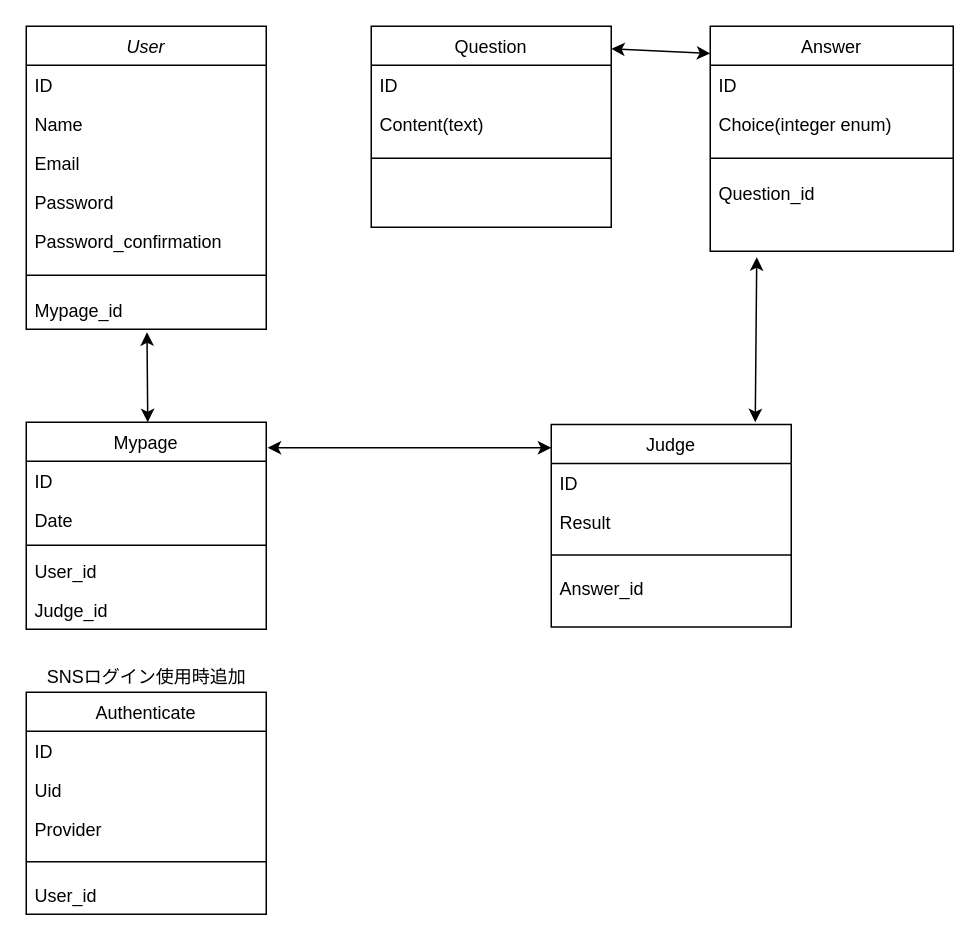
Above: ER図.drawio in kyohei-917/meat_head (draw.io), before the change. Source tidied: cells renumbered, new cells numbered last; positions are measured from the earlier drawing's top-left corner, leaving out a move shared by most shapes. Both pictures are drawn from the tidied source at 150%, with x=0, y=0 at pixel (26, 26).
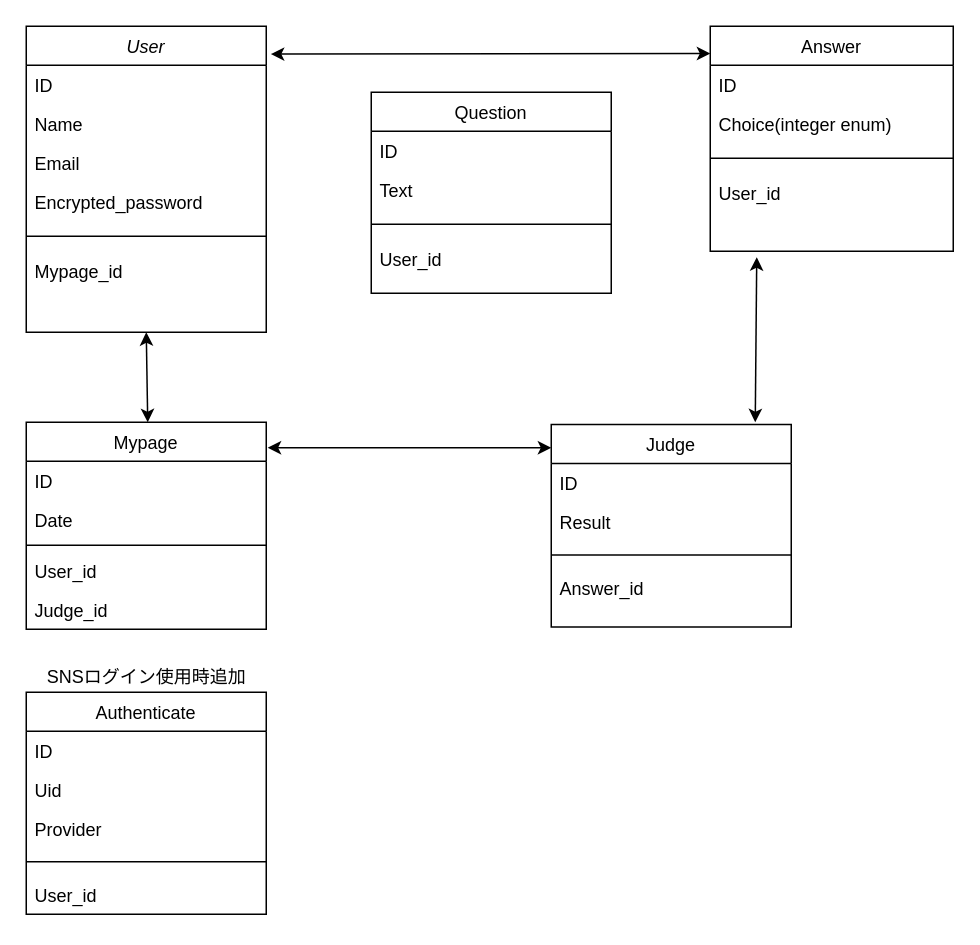
Above is the later version.

The change refers to these unchanged cells:
```xml
<mxCell id="25" value="Answer" style="swimlane;fontStyle=0;align=center;verticalAlign=top;horizontal=1;startSize=26;rounded=0;shadow=0;strokeWidth=1;" parent="1" vertex="1">
  <mxGeometry x="456" width="162" height="150" as="geometry" />
</mxCell>
```

What changed in the source:
```diff
@@
     <mxCell id="2" value="User" style="swimlane;fontStyle=2;align=center;verticalAlign=top;horizontal=1;startSize=26;rounded=0;shadow=0;strokeWidth=1;" parent="1" vertex="1">
-      <mxGeometry width="160" height="202" as="geometry" />
+      <mxGeometry width="160" height="204" as="geometry" />
     </mxCell>
@@
-    <mxCell id="4" value="Name" style="text;align=left;verticalAlign=top;spacingLeft=4;spacingRight=4;overflow=hidden;rounded=0;shadow=0;html=0;" parent="2" vertex="1">
-      <mxGeometry y="52" width="160" height="26" as="geometry" />
-    </mxCell>
+    <mxCell id="6" value="Name" style="text;align=left;verticalAlign=top;spacingLeft=4;spacingRight=4;overflow=hidden;rounded=0;shadow=0;html=0;" parent="2" vertex="1">
+      <mxGeometry y="52" width="160" height="26" as="geometry" />
+    </mxCell>
@@
-    <mxCell id="6" value="Password" style="text;align=left;verticalAlign=top;spacingLeft=4;spacingRight=4;overflow=hidden;rounded=0;shadow=0;html=0;" parent="2" vertex="1">
-      <mxGeometry y="104" width="160" height="26" as="geometry" />
-    </mxCell>
-    <mxCell id="7" value="Password_confirmation" style="text;align=left;verticalAlign=top;spacingLeft=4;spacingRight=4;overflow=hidden;rounded=0;shadow=0;html=0;" parent="2" vertex="1">
-      <mxGeometry y="130" width="160" height="26" as="geometry" />
-    </mxCell>
+    <mxCell id="41" value="Encrypted_password" style="text;align=left;verticalAlign=top;spacingLeft=4;spacingRight=4;overflow=hidden;rounded=0;shadow=0;html=0;" parent="2" vertex="1">
+      <mxGeometry y="104" width="160" height="26" as="geometry" />
+    </mxCell>
     <mxCell id="8" style="line;html=1;strokeWidth=1;align=left;verticalAlign=middle;spacingTop=-1;spacingLeft=3;spacingRight=3;labelPosition=right;" parent="2" vertex="1">
-      <mxGeometry y="156" width="160" height="20" as="geometry" />
+      <mxGeometry y="130" width="160" height="20" as="geometry" />
     </mxCell>
     <mxCell id="9" value="Mypage_id" style="text;align=left;verticalAlign=top;spacingLeft=4;spacingRight=4;overflow=hidden;rounded=0;shadow=0;html=0;" parent="2" vertex="1">
-      <mxGeometry y="176" width="160" height="26" as="geometry" />
+      <mxGeometry y="150" width="160" height="26" as="geometry" />
     </mxCell>
@@
     <mxCell id="21" value="Question" style="swimlane;fontStyle=0;align=center;verticalAlign=top;horizontal=1;startSize=26;rounded=0;shadow=0;strokeWidth=1;" parent="1" vertex="1">
-      <mxGeometry x="230" width="160" height="134" as="geometry" />
+      <mxGeometry x="230" y="44" width="160" height="134" as="geometry" />
     </mxCell>
@@
-    <mxCell id="23" value="Content(text)" style="text;align=left;verticalAlign=top;spacingLeft=4;spacingRight=4;overflow=hidden;rounded=0;shadow=0;html=0;" parent="21" vertex="1">
+    <mxCell id="23" value="Text" style="text;align=left;verticalAlign=top;spacingLeft=4;spacingRight=4;overflow=hidden;rounded=0;shadow=0;html=0;" parent="21" vertex="1">
       <mxGeometry y="52" width="160" height="26" as="geometry" />
     </mxCell>
@@
+    <mxCell id="42" value="User_id" style="text;align=left;verticalAlign=top;spacingLeft=4;spacingRight=4;overflow=hidden;rounded=0;shadow=0;html=0;" parent="21" vertex="1">
+      <mxGeometry y="98" width="160" height="26" as="geometry" />
+    </mxCell>
@@
-    <mxCell id="29" value="Question_id" style="text;align=left;verticalAlign=top;spacingLeft=4;spacingRight=4;overflow=hidden;fontStyle=0;" parent="25" vertex="1">
+    <mxCell id="29" value="User_id" style="text;align=left;verticalAlign=top;spacingLeft=4;spacingRight=4;overflow=hidden;fontStyle=0;" parent="25" vertex="1">
       <mxGeometry y="98" width="162" height="26" as="geometry" />
     </mxCell>
-    <mxCell id="30" style="endArrow=classic;startArrow=classic;html=1;exitX=0;exitY=0.121;exitDx=0;exitDy=0;exitPerimeter=0;" parent="1" edge="1" source="25">
-      <mxGeometry relative="1" as="geometry">
-        <mxPoint x="390" y="15" as="targetPoint" />
-      </mxGeometry>
+    <mxCell id="30" style="endArrow=classic;startArrow=classic;html=1;exitX=0;exitY=0.121;exitDx=0;exitDy=0;exitPerimeter=0;entryX=1.019;entryY=0.091;entryDx=0;entryDy=0;entryPerimeter=0;" parent="1" edge="1" source="25" target="2">
+      <mxGeometry relative="1" as="geometry" />
     </mxCell>
@@
-    <mxCell id="33" style="endArrow=classic;startArrow=classic;html=1;" parent="1" edge="1">
+    <mxCell id="33" style="endArrow=classic;startArrow=classic;html=1;entryX=0.5;entryY=1;entryDx=0;entryDy=0;" parent="1" edge="1" target="2">
       <mxGeometry relative="1" as="geometry">
         <mxPoint x="81" y="264" as="sourcePoint" />
-        <mxPoint x="80.5" y="204" as="targetPoint" />
       </mxGeometry>
     </mxCell>
```
